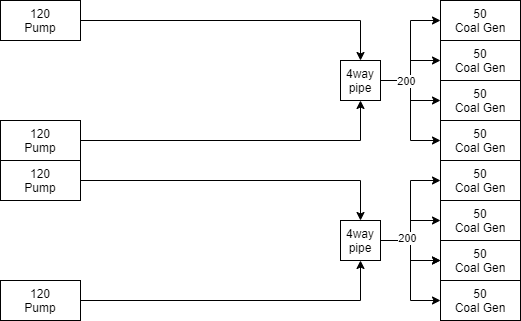
The draw.io diagram coal_gen_2.PNG in Mac898/Satisfactory-Supply-Chains, before a commit. Source tidied: cells renumbered, new cells last; positions are measured from the earlier drawing's top-left corner, leaving out a move shared by most shapes. Source of this version:
```xml
<mxGraphModel>
  <root>
    <mxCell id="0" />
    <mxCell id="1" parent="0" />
    <mxCell id="2" value="50&lt;br&gt;Coal Gen" style="rounded=0;whiteSpace=wrap;html=1;" parent="1" vertex="1">
      <mxGeometry x="440" width="80" height="40" as="geometry" />
    </mxCell>
    <mxCell id="3" value="50&lt;br&gt;Coal Gen" style="rounded=0;whiteSpace=wrap;html=1;" parent="1" vertex="1">
      <mxGeometry x="440" y="40" width="80" height="40" as="geometry" />
    </mxCell>
    <mxCell id="4" value="50&lt;br&gt;Coal Gen" style="rounded=0;whiteSpace=wrap;html=1;" parent="1" vertex="1">
      <mxGeometry x="440" y="80" width="80" height="40" as="geometry" />
    </mxCell>
    <mxCell id="5" value="50&lt;br&gt;Coal Gen" style="rounded=0;whiteSpace=wrap;html=1;" parent="1" vertex="1">
      <mxGeometry x="440" y="120" width="80" height="40" as="geometry" />
    </mxCell>
    <mxCell id="6" value="50&lt;br&gt;Coal Gen" style="rounded=0;whiteSpace=wrap;html=1;" parent="1" vertex="1">
      <mxGeometry x="440" y="160" width="80" height="40" as="geometry" />
    </mxCell>
    <mxCell id="7" value="50&lt;br&gt;Coal Gen" style="rounded=0;whiteSpace=wrap;html=1;" parent="1" vertex="1">
      <mxGeometry x="440" y="200" width="80" height="40" as="geometry" />
    </mxCell>
    <mxCell id="8" value="50&lt;br&gt;Coal Gen" style="rounded=0;whiteSpace=wrap;html=1;" parent="1" vertex="1">
      <mxGeometry x="440" y="240" width="80" height="40" as="geometry" />
    </mxCell>
    <mxCell id="9" value="50&lt;br&gt;Coal Gen" style="rounded=0;whiteSpace=wrap;html=1;" parent="1" vertex="1">
      <mxGeometry x="440" y="280" width="80" height="40" as="geometry" />
    </mxCell>
    <mxCell id="10" style="edgeStyle=orthogonalEdgeStyle;rounded=0;jettySize=auto;html=1;entryX=0.5;entryY=0;entryDx=0;entryDy=0;" parent="1" edge="1" source="11" target="23">
      <mxGeometry relative="1" as="geometry" />
    </mxCell>
    <mxCell id="11" value="120&lt;br&gt;Pump" style="rounded=0;whiteSpace=wrap;html=1;" parent="1" vertex="1">
      <mxGeometry width="80" height="40" as="geometry" />
    </mxCell>
    <mxCell id="12" style="edgeStyle=orthogonalEdgeStyle;rounded=0;jettySize=auto;html=1;entryX=0.5;entryY=1;entryDx=0;entryDy=0;" parent="1" edge="1" source="13" target="23">
      <mxGeometry relative="1" as="geometry" />
    </mxCell>
    <mxCell id="13" value="120&lt;br&gt;Pump" style="rounded=0;whiteSpace=wrap;html=1;" parent="1" vertex="1">
      <mxGeometry y="120" width="80" height="40" as="geometry" />
    </mxCell>
    <mxCell id="14" style="edgeStyle=orthogonalEdgeStyle;rounded=0;jettySize=auto;html=1;entryX=0.5;entryY=0;entryDx=0;entryDy=0;" parent="1" edge="1" source="15" target="30">
      <mxGeometry relative="1" as="geometry" />
    </mxCell>
    <mxCell id="15" value="120&lt;br&gt;Pump" style="rounded=0;whiteSpace=wrap;html=1;" parent="1" vertex="1">
      <mxGeometry y="160" width="80" height="40" as="geometry" />
    </mxCell>
    <mxCell id="16" style="edgeStyle=orthogonalEdgeStyle;rounded=0;jettySize=auto;html=1;entryX=0.5;entryY=1;entryDx=0;entryDy=0;" parent="1" edge="1" source="17" target="30">
      <mxGeometry relative="1" as="geometry" />
    </mxCell>
    <mxCell id="17" value="120&lt;br&gt;Pump" style="rounded=0;whiteSpace=wrap;html=1;" parent="1" vertex="1">
      <mxGeometry y="280" width="80" height="40" as="geometry" />
    </mxCell>
    <mxCell id="18" style="edgeStyle=orthogonalEdgeStyle;rounded=0;jettySize=auto;html=1;entryX=0;entryY=0.5;entryDx=0;entryDy=0;" parent="1" edge="1" source="23" target="2">
      <mxGeometry relative="1" as="geometry" />
    </mxCell>
    <mxCell id="19" style="edgeStyle=orthogonalEdgeStyle;rounded=0;jettySize=auto;html=1;entryX=0;entryY=0.5;entryDx=0;entryDy=0;" parent="1" edge="1" source="23" target="3">
      <mxGeometry relative="1" as="geometry" />
    </mxCell>
    <mxCell id="20" style="edgeStyle=orthogonalEdgeStyle;rounded=0;jettySize=auto;html=1;entryX=0;entryY=0.5;entryDx=0;entryDy=0;" parent="1" edge="1" source="23" target="4">
      <mxGeometry relative="1" as="geometry" />
    </mxCell>
    <mxCell id="21" style="edgeStyle=orthogonalEdgeStyle;rounded=0;jettySize=auto;html=1;entryX=0;entryY=0.5;entryDx=0;entryDy=0;" parent="1" edge="1" source="23" target="5">
      <mxGeometry relative="1" as="geometry" />
    </mxCell>
    <mxCell id="22" value="200" style="edgeLabel;html=1;align=center;verticalAlign=middle;" parent="21" vertex="1">
      <mxGeometry x="-0.58" relative="1" as="geometry" />
    </mxCell>
    <mxCell id="23" value="4way&lt;br&gt;pipe" style="whiteSpace=wrap;html=1;" parent="1" vertex="1">
      <mxGeometry x="340" y="60" width="40" height="40" as="geometry" />
    </mxCell>
    <mxCell id="24" style="edgeStyle=orthogonalEdgeStyle;rounded=0;jettySize=auto;html=1;entryX=0;entryY=0.5;entryDx=0;entryDy=0;" parent="1" edge="1" source="30" target="6">
      <mxGeometry relative="1" as="geometry" />
    </mxCell>
    <mxCell id="25" style="edgeStyle=orthogonalEdgeStyle;rounded=0;jettySize=auto;html=1;entryX=0;entryY=0.5;entryDx=0;entryDy=0;" parent="1" edge="1" source="30" target="7">
      <mxGeometry relative="1" as="geometry" />
    </mxCell>
    <mxCell id="26" style="edgeStyle=orthogonalEdgeStyle;rounded=0;jettySize=auto;html=1;" parent="1" edge="1" source="30" target="8">
      <mxGeometry relative="1" as="geometry" />
    </mxCell>
    <mxCell id="27" style="edgeStyle=orthogonalEdgeStyle;rounded=0;jettySize=auto;html=1;entryX=0;entryY=0.5;entryDx=0;entryDy=0;" parent="1" edge="1" source="30" target="9">
      <mxGeometry relative="1" as="geometry" />
    </mxCell>
    <mxCell id="28" style="edgeStyle=orthogonalEdgeStyle;rounded=0;jettySize=auto;html=1;" parent="1" edge="1" source="30" target="8">
      <mxGeometry relative="1" as="geometry" />
    </mxCell>
    <mxCell id="29" value="200" style="edgeLabel;html=1;align=center;verticalAlign=middle;" parent="28" vertex="1">
      <mxGeometry x="-0.35" y="3" relative="1" as="geometry" />
    </mxCell>
    <mxCell id="30" value="4way&lt;br&gt;pipe" style="whiteSpace=wrap;html=1;" parent="1" vertex="1">
      <mxGeometry x="340" y="220" width="40" height="40" as="geometry" />
    </mxCell>
  </root>
</mxGraphModel>
```
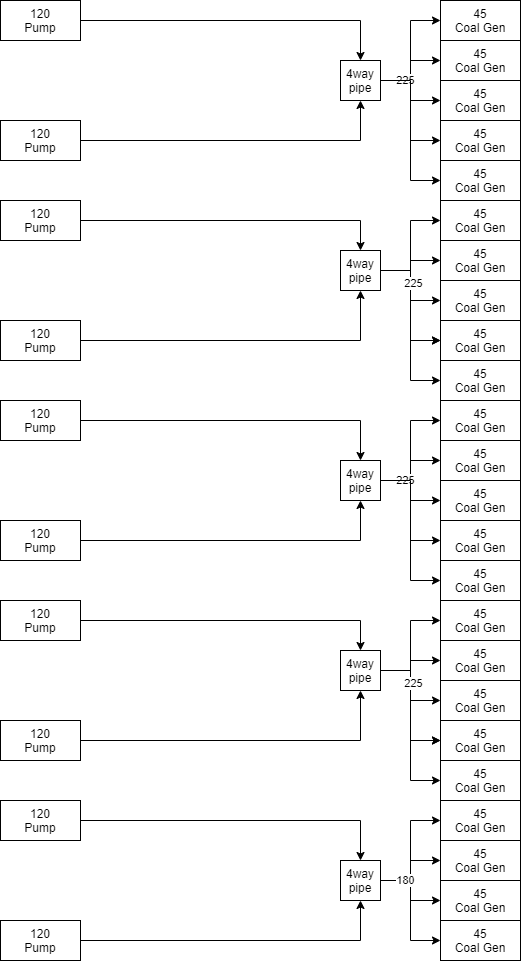
Later version of the same file.

Commit message:
fix coal power

The edit, as a diff of the source:
```diff
@@ -2,29 +2,29 @@
   <root>
     <mxCell id="0" />
     <mxCell id="1" parent="0" />
-    <mxCell id="2" value="50&lt;br&gt;Coal Gen" style="rounded=0;whiteSpace=wrap;html=1;" parent="1" vertex="1">
+    <mxCell id="2" value="45&lt;br&gt;Coal Gen" style="rounded=0;whiteSpace=wrap;html=1;" parent="1" vertex="1">
       <mxGeometry x="440" width="80" height="40" as="geometry" />
     </mxCell>
-    <mxCell id="3" value="50&lt;br&gt;Coal Gen" style="rounded=0;whiteSpace=wrap;html=1;" parent="1" vertex="1">
+    <mxCell id="3" value="45&lt;br&gt;Coal Gen" style="rounded=0;whiteSpace=wrap;html=1;" parent="1" vertex="1">
       <mxGeometry x="440" y="40" width="80" height="40" as="geometry" />
     </mxCell>
-    <mxCell id="4" value="50&lt;br&gt;Coal Gen" style="rounded=0;whiteSpace=wrap;html=1;" parent="1" vertex="1">
+    <mxCell id="4" value="45&lt;br&gt;Coal Gen" style="rounded=0;whiteSpace=wrap;html=1;" parent="1" vertex="1">
       <mxGeometry x="440" y="80" width="80" height="40" as="geometry" />
     </mxCell>
-    <mxCell id="5" value="50&lt;br&gt;Coal Gen" style="rounded=0;whiteSpace=wrap;html=1;" parent="1" vertex="1">
+    <mxCell id="5" value="45&lt;br&gt;Coal Gen" style="rounded=0;whiteSpace=wrap;html=1;" parent="1" vertex="1">
       <mxGeometry x="440" y="120" width="80" height="40" as="geometry" />
     </mxCell>
-    <mxCell id="6" value="50&lt;br&gt;Coal Gen" style="rounded=0;whiteSpace=wrap;html=1;" parent="1" vertex="1">
-      <mxGeometry x="440" y="160" width="80" height="40" as="geometry" />
+    <mxCell id="6" value="45&lt;br&gt;Coal Gen" style="rounded=0;whiteSpace=wrap;html=1;" parent="1" vertex="1">
+      <mxGeometry x="440" y="240" width="80" height="40" as="geometry" />
     </mxCell>
-    <mxCell id="7" value="50&lt;br&gt;Coal Gen" style="rounded=0;whiteSpace=wrap;html=1;" parent="1" vertex="1">
-      <mxGeometry x="440" y="200" width="80" height="40" as="geometry" />
+    <mxCell id="7" value="45&lt;br&gt;Coal Gen" style="rounded=0;whiteSpace=wrap;html=1;" parent="1" vertex="1">
+      <mxGeometry x="440" y="280" width="80" height="40" as="geometry" />
     </mxCell>
-    <mxCell id="8" value="50&lt;br&gt;Coal Gen" style="rounded=0;whiteSpace=wrap;html=1;" parent="1" vertex="1">
-      <mxGeometry x="440" y="240" width="80" height="40" as="geometry" />
+    <mxCell id="8" value="45&lt;br&gt;Coal Gen" style="rounded=0;whiteSpace=wrap;html=1;" parent="1" vertex="1">
+      <mxGeometry x="440" y="320" width="80" height="40" as="geometry" />
     </mxCell>
-    <mxCell id="9" value="50&lt;br&gt;Coal Gen" style="rounded=0;whiteSpace=wrap;html=1;" parent="1" vertex="1">
-      <mxGeometry x="440" y="280" width="80" height="40" as="geometry" />
+    <mxCell id="9" value="45&lt;br&gt;Coal Gen" style="rounded=0;whiteSpace=wrap;html=1;" parent="1" vertex="1">
+      <mxGeometry x="440" y="360" width="80" height="40" as="geometry" />
     </mxCell>
     <mxCell id="10" style="edgeStyle=orthogonalEdgeStyle;rounded=0;jettySize=auto;html=1;entryX=0.5;entryY=0;entryDx=0;entryDy=0;" parent="1" edge="1" source="11" target="23">
       <mxGeometry relative="1" as="geometry" />
@@ -42,13 +42,13 @@
       <mxGeometry relative="1" as="geometry" />
     </mxCell>
     <mxCell id="15" value="120&lt;br&gt;Pump" style="rounded=0;whiteSpace=wrap;html=1;" parent="1" vertex="1">
-      <mxGeometry y="160" width="80" height="40" as="geometry" />
+      <mxGeometry y="200" width="80" height="40" as="geometry" />
     </mxCell>
     <mxCell id="16" style="edgeStyle=orthogonalEdgeStyle;rounded=0;jettySize=auto;html=1;entryX=0.5;entryY=1;entryDx=0;entryDy=0;" parent="1" edge="1" source="17" target="30">
       <mxGeometry relative="1" as="geometry" />
     </mxCell>
     <mxCell id="17" value="120&lt;br&gt;Pump" style="rounded=0;whiteSpace=wrap;html=1;" parent="1" vertex="1">
-      <mxGeometry y="280" width="80" height="40" as="geometry" />
+      <mxGeometry y="320" width="80" height="40" as="geometry" />
     </mxCell>
     <mxCell id="18" style="edgeStyle=orthogonalEdgeStyle;rounded=0;jettySize=auto;html=1;entryX=0;entryY=0.5;entryDx=0;entryDy=0;" parent="1" edge="1" source="23" target="2">
       <mxGeometry relative="1" as="geometry" />
@@ -62,9 +62,12 @@
     <mxCell id="21" style="edgeStyle=orthogonalEdgeStyle;rounded=0;jettySize=auto;html=1;entryX=0;entryY=0.5;entryDx=0;entryDy=0;" parent="1" edge="1" source="23" target="5">
       <mxGeometry relative="1" as="geometry" />
     </mxCell>
-    <mxCell id="22" value="200" style="edgeLabel;html=1;align=center;verticalAlign=middle;" parent="21" vertex="1">
+    <mxCell id="22" value="225" style="edgeLabel;html=1;align=center;verticalAlign=middle;" parent="21" vertex="1">
       <mxGeometry x="-0.58" relative="1" as="geometry" />
     </mxCell>
+    <mxCell id="31" style="edgeStyle=orthogonalEdgeStyle;rounded=0;jettySize=auto;html=1;entryX=0;entryY=0.5;entryDx=0;entryDy=0;" parent="1" edge="1" source="23" target="33">
+      <mxGeometry relative="1" as="geometry" />
+    </mxCell>
     <mxCell id="23" value="4way&lt;br&gt;pipe" style="whiteSpace=wrap;html=1;" parent="1" vertex="1">
       <mxGeometry x="340" y="60" width="40" height="40" as="geometry" />
     </mxCell>
@@ -75,19 +78,189 @@
       <mxGeometry relative="1" as="geometry" />
     </mxCell>
     <mxCell id="26" style="edgeStyle=orthogonalEdgeStyle;rounded=0;jettySize=auto;html=1;" parent="1" edge="1" source="30" target="8">
-      <mxGeometry relative="1" as="geometry" />
+      <mxGeometry relative="1" as="geometry">
+        <Array as="points">
+          <mxPoint x="410" y="270" />
+          <mxPoint x="410" y="340" />
+        </Array>
+      </mxGeometry>
     </mxCell>
     <mxCell id="27" style="edgeStyle=orthogonalEdgeStyle;rounded=0;jettySize=auto;html=1;entryX=0;entryY=0.5;entryDx=0;entryDy=0;" parent="1" edge="1" source="30" target="9">
       <mxGeometry relative="1" as="geometry" />
     </mxCell>
     <mxCell id="28" style="edgeStyle=orthogonalEdgeStyle;rounded=0;jettySize=auto;html=1;" parent="1" edge="1" source="30" target="8">
-      <mxGeometry relative="1" as="geometry" />
+      <mxGeometry relative="1" as="geometry">
+        <Array as="points">
+          <mxPoint x="410" y="270" />
+          <mxPoint x="410" y="340" />
+        </Array>
+      </mxGeometry>
     </mxCell>
-    <mxCell id="29" value="200" style="edgeLabel;html=1;align=center;verticalAlign=middle;" parent="28" vertex="1">
+    <mxCell id="29" value="225" style="edgeLabel;html=1;align=center;verticalAlign=middle;" parent="28" vertex="1">
       <mxGeometry x="-0.35" y="3" relative="1" as="geometry" />
     </mxCell>
+    <mxCell id="32" style="edgeStyle=orthogonalEdgeStyle;rounded=0;jettySize=auto;html=1;entryX=0;entryY=0.5;entryDx=0;entryDy=0;" parent="1" edge="1" source="30" target="34">
+      <mxGeometry relative="1" as="geometry" />
+    </mxCell>
     <mxCell id="30" value="4way&lt;br&gt;pipe" style="whiteSpace=wrap;html=1;" parent="1" vertex="1">
-      <mxGeometry x="340" y="220" width="40" height="40" as="geometry" />
+      <mxGeometry x="340" y="250" width="40" height="40" as="geometry" />
     </mxCell>
+    <mxCell id="33" value="45&lt;br&gt;Coal Gen" style="rounded=0;whiteSpace=wrap;html=1;" parent="1" vertex="1">
+      <mxGeometry x="440" y="160" width="80" height="40" as="geometry" />
+    </mxCell>
+    <mxCell id="34" value="45&lt;br&gt;Coal Gen" style="rounded=0;whiteSpace=wrap;html=1;" parent="1" vertex="1">
+      <mxGeometry x="440" y="200" width="80" height="40" as="geometry" />
+    </mxCell>
+    <mxCell id="35" value="45&lt;br&gt;Coal Gen" style="rounded=0;whiteSpace=wrap;html=1;" parent="1" vertex="1">
+      <mxGeometry x="440" y="400" width="80" height="40" as="geometry" />
+    </mxCell>
+    <mxCell id="36" value="45&lt;br&gt;Coal Gen" style="rounded=0;whiteSpace=wrap;html=1;" parent="1" vertex="1">
+      <mxGeometry x="440" y="440" width="80" height="40" as="geometry" />
+    </mxCell>
+    <mxCell id="37" value="45&lt;br&gt;Coal Gen" style="rounded=0;whiteSpace=wrap;html=1;" parent="1" vertex="1">
+      <mxGeometry x="440" y="480" width="80" height="40" as="geometry" />
+    </mxCell>
+    <mxCell id="38" value="45&lt;br&gt;Coal Gen" style="rounded=0;whiteSpace=wrap;html=1;" parent="1" vertex="1">
+      <mxGeometry x="440" y="520" width="80" height="40" as="geometry" />
+    </mxCell>
+    <mxCell id="39" value="45&lt;br&gt;Coal Gen" style="rounded=0;whiteSpace=wrap;html=1;" parent="1" vertex="1">
+      <mxGeometry x="440" y="640" width="80" height="40" as="geometry" />
+    </mxCell>
+    <mxCell id="40" value="45&lt;br&gt;Coal Gen" style="rounded=0;whiteSpace=wrap;html=1;" parent="1" vertex="1">
+      <mxGeometry x="440" y="680" width="80" height="40" as="geometry" />
+    </mxCell>
+    <mxCell id="41" value="45&lt;br&gt;Coal Gen" style="rounded=0;whiteSpace=wrap;html=1;" parent="1" vertex="1">
+      <mxGeometry x="440" y="720" width="80" height="40" as="geometry" />
+    </mxCell>
+    <mxCell id="42" value="45&lt;br&gt;Coal Gen" style="rounded=0;whiteSpace=wrap;html=1;" parent="1" vertex="1">
+      <mxGeometry x="440" y="760" width="80" height="40" as="geometry" />
+    </mxCell>
+    <mxCell id="43" style="edgeStyle=orthogonalEdgeStyle;rounded=0;jettySize=auto;html=1;entryX=0.5;entryY=0;entryDx=0;entryDy=0;" parent="1" edge="1" source="44" target="57">
+      <mxGeometry relative="1" as="geometry" />
+    </mxCell>
+    <mxCell id="44" value="120&lt;br&gt;Pump" style="rounded=0;whiteSpace=wrap;html=1;" parent="1" vertex="1">
+      <mxGeometry y="400" width="80" height="40" as="geometry" />
+    </mxCell>
+    <mxCell id="45" style="edgeStyle=orthogonalEdgeStyle;rounded=0;jettySize=auto;html=1;entryX=0.5;entryY=1;entryDx=0;entryDy=0;" parent="1" edge="1" source="46" target="57">
+      <mxGeometry relative="1" as="geometry" />
+    </mxCell>
+    <mxCell id="46" value="120&lt;br&gt;Pump" style="rounded=0;whiteSpace=wrap;html=1;" parent="1" vertex="1">
+      <mxGeometry y="520" width="80" height="40" as="geometry" />
+    </mxCell>
+    <mxCell id="47" style="edgeStyle=orthogonalEdgeStyle;rounded=0;jettySize=auto;html=1;entryX=0.5;entryY=0;entryDx=0;entryDy=0;" parent="1" edge="1" source="48" target="65">
+      <mxGeometry relative="1" as="geometry" />
+    </mxCell>
+    <mxCell id="48" value="120&lt;br&gt;Pump" style="rounded=0;whiteSpace=wrap;html=1;" parent="1" vertex="1">
+      <mxGeometry y="600" width="80" height="40" as="geometry" />
+    </mxCell>
+    <mxCell id="49" style="edgeStyle=orthogonalEdgeStyle;rounded=0;jettySize=auto;html=1;entryX=0.5;entryY=1;entryDx=0;entryDy=0;" parent="1" edge="1" source="50" target="65">
+      <mxGeometry relative="1" as="geometry" />
+    </mxCell>
+    <mxCell id="50" value="120&lt;br&gt;Pump" style="rounded=0;whiteSpace=wrap;html=1;" parent="1" vertex="1">
+      <mxGeometry y="720" width="80" height="40" as="geometry" />
+    </mxCell>
+    <mxCell id="51" style="edgeStyle=orthogonalEdgeStyle;rounded=0;jettySize=auto;html=1;entryX=0;entryY=0.5;entryDx=0;entryDy=0;" parent="1" edge="1" source="57" target="35">
+      <mxGeometry relative="1" as="geometry" />
+    </mxCell>
+    <mxCell id="52" style="edgeStyle=orthogonalEdgeStyle;rounded=0;jettySize=auto;html=1;entryX=0;entryY=0.5;entryDx=0;entryDy=0;" parent="1" edge="1" source="57" target="36">
+      <mxGeometry relative="1" as="geometry" />
+    </mxCell>
+    <mxCell id="53" style="edgeStyle=orthogonalEdgeStyle;rounded=0;jettySize=auto;html=1;entryX=0;entryY=0.5;entryDx=0;entryDy=0;" parent="1" edge="1" source="57" target="37">
+      <mxGeometry relative="1" as="geometry" />
+    </mxCell>
+    <mxCell id="54" style="edgeStyle=orthogonalEdgeStyle;rounded=0;jettySize=auto;html=1;entryX=0;entryY=0.5;entryDx=0;entryDy=0;" parent="1" edge="1" source="57" target="38">
+      <mxGeometry relative="1" as="geometry" />
+    </mxCell>
+    <mxCell id="55" value="225" style="edgeLabel;html=1;align=center;verticalAlign=middle;" parent="54" vertex="1">
+      <mxGeometry x="-0.58" relative="1" as="geometry" />
+    </mxCell>
+    <mxCell id="56" style="edgeStyle=orthogonalEdgeStyle;rounded=0;jettySize=auto;html=1;entryX=0;entryY=0.5;entryDx=0;entryDy=0;" parent="1" edge="1" source="57" target="66">
+      <mxGeometry relative="1" as="geometry" />
+    </mxCell>
+    <mxCell id="57" value="4way&lt;br&gt;pipe" style="whiteSpace=wrap;html=1;" parent="1" vertex="1">
+      <mxGeometry x="340" y="460" width="40" height="40" as="geometry" />
+    </mxCell>
+    <mxCell id="58" style="edgeStyle=orthogonalEdgeStyle;rounded=0;jettySize=auto;html=1;entryX=0;entryY=0.5;entryDx=0;entryDy=0;" parent="1" edge="1" source="65" target="39">
+      <mxGeometry relative="1" as="geometry" />
+    </mxCell>
+    <mxCell id="59" style="edgeStyle=orthogonalEdgeStyle;rounded=0;jettySize=auto;html=1;entryX=0;entryY=0.5;entryDx=0;entryDy=0;" parent="1" edge="1" source="65" target="40">
+      <mxGeometry relative="1" as="geometry" />
+    </mxCell>
+    <mxCell id="60" style="edgeStyle=orthogonalEdgeStyle;rounded=0;jettySize=auto;html=1;" parent="1" edge="1" source="65" target="41">
+      <mxGeometry relative="1" as="geometry">
+        <Array as="points">
+          <mxPoint x="410" y="670" />
+          <mxPoint x="410" y="740" />
+        </Array>
+      </mxGeometry>
+    </mxCell>
+    <mxCell id="61" style="edgeStyle=orthogonalEdgeStyle;rounded=0;jettySize=auto;html=1;entryX=0;entryY=0.5;entryDx=0;entryDy=0;" parent="1" edge="1" source="65" target="42">
+      <mxGeometry relative="1" as="geometry" />
+    </mxCell>
+    <mxCell id="62" style="edgeStyle=orthogonalEdgeStyle;rounded=0;jettySize=auto;html=1;" parent="1" edge="1" source="65" target="41">
+      <mxGeometry relative="1" as="geometry">
+        <Array as="points">
+          <mxPoint x="410" y="670" />
+          <mxPoint x="410" y="740" />
+        </Array>
+      </mxGeometry>
+    </mxCell>
+    <mxCell id="63" value="225" style="edgeLabel;html=1;align=center;verticalAlign=middle;" parent="62" vertex="1">
+      <mxGeometry x="-0.35" y="3" relative="1" as="geometry" />
+    </mxCell>
+    <mxCell id="64" style="edgeStyle=orthogonalEdgeStyle;rounded=0;jettySize=auto;html=1;entryX=0;entryY=0.5;entryDx=0;entryDy=0;" parent="1" edge="1" source="65" target="67">
+      <mxGeometry relative="1" as="geometry" />
+    </mxCell>
+    <mxCell id="65" value="4way&lt;br&gt;pipe" style="whiteSpace=wrap;html=1;" parent="1" vertex="1">
+      <mxGeometry x="340" y="650" width="40" height="40" as="geometry" />
+    </mxCell>
+    <mxCell id="66" value="45&lt;br&gt;Coal Gen" style="rounded=0;whiteSpace=wrap;html=1;" parent="1" vertex="1">
+      <mxGeometry x="440" y="560" width="80" height="40" as="geometry" />
+    </mxCell>
+    <mxCell id="67" value="45&lt;br&gt;Coal Gen" style="rounded=0;whiteSpace=wrap;html=1;" parent="1" vertex="1">
+      <mxGeometry x="440" y="600" width="80" height="40" as="geometry" />
+    </mxCell>
+    <mxCell id="68" value="45&lt;br&gt;Coal Gen" style="rounded=0;whiteSpace=wrap;html=1;" parent="1" vertex="1">
+      <mxGeometry x="440" y="800" width="80" height="40" as="geometry" />
+    </mxCell>
+    <mxCell id="69" value="45&lt;br&gt;Coal Gen" style="rounded=0;whiteSpace=wrap;html=1;" parent="1" vertex="1">
+      <mxGeometry x="440" y="840" width="80" height="40" as="geometry" />
+    </mxCell>
+    <mxCell id="70" value="45&lt;br&gt;Coal Gen" style="rounded=0;whiteSpace=wrap;html=1;" parent="1" vertex="1">
+      <mxGeometry x="440" y="880" width="80" height="40" as="geometry" />
+    </mxCell>
+    <mxCell id="71" value="45&lt;br&gt;Coal Gen" style="rounded=0;whiteSpace=wrap;html=1;" parent="1" vertex="1">
+      <mxGeometry x="440" y="920" width="80" height="40" as="geometry" />
+    </mxCell>
+    <mxCell id="72" style="edgeStyle=orthogonalEdgeStyle;rounded=0;jettySize=auto;html=1;entryX=0.5;entryY=0;entryDx=0;entryDy=0;" parent="1" edge="1" source="73" target="81">
+      <mxGeometry relative="1" as="geometry" />
+    </mxCell>
+    <mxCell id="73" value="120&lt;br&gt;Pump" style="rounded=0;whiteSpace=wrap;html=1;" parent="1" vertex="1">
+      <mxGeometry y="800" width="80" height="40" as="geometry" />
+    </mxCell>
+    <mxCell id="74" style="edgeStyle=orthogonalEdgeStyle;rounded=0;jettySize=auto;html=1;entryX=0.5;entryY=1;entryDx=0;entryDy=0;" parent="1" edge="1" source="75" target="81">
+      <mxGeometry relative="1" as="geometry" />
+    </mxCell>
+    <mxCell id="75" value="120&lt;br&gt;Pump" style="rounded=0;whiteSpace=wrap;html=1;" parent="1" vertex="1">
+      <mxGeometry y="920" width="80" height="40" as="geometry" />
+    </mxCell>
+    <mxCell id="76" style="edgeStyle=orthogonalEdgeStyle;rounded=0;jettySize=auto;html=1;entryX=0;entryY=0.5;entryDx=0;entryDy=0;" parent="1" edge="1" source="81" target="68">
+      <mxGeometry relative="1" as="geometry" />
+    </mxCell>
+    <mxCell id="77" style="edgeStyle=orthogonalEdgeStyle;rounded=0;jettySize=auto;html=1;entryX=0;entryY=0.5;entryDx=0;entryDy=0;" parent="1" edge="1" source="81" target="69">
+      <mxGeometry relative="1" as="geometry" />
+    </mxCell>
+    <mxCell id="78" style="edgeStyle=orthogonalEdgeStyle;rounded=0;jettySize=auto;html=1;entryX=0;entryY=0.5;entryDx=0;entryDy=0;" parent="1" edge="1" source="81" target="70">
+      <mxGeometry relative="1" as="geometry" />
+    </mxCell>
+    <mxCell id="79" style="edgeStyle=orthogonalEdgeStyle;rounded=0;jettySize=auto;html=1;entryX=0;entryY=0.5;entryDx=0;entryDy=0;" parent="1" edge="1" source="81" target="71">
+      <mxGeometry relative="1" as="geometry" />
+    </mxCell>
+    <mxCell id="80" value="180" style="edgeLabel;html=1;align=center;verticalAlign=middle;" parent="79" vertex="1">
+      <mxGeometry x="-0.58" relative="1" as="geometry" />
+    </mxCell>
+    <mxCell id="81" value="4way&lt;br&gt;pipe" style="whiteSpace=wrap;html=1;" parent="1" vertex="1">
+      <mxGeometry x="340" y="860" width="40" height="40" as="geometry" />
+    </mxCell>
   </root>
 </mxGraphModel>
```
